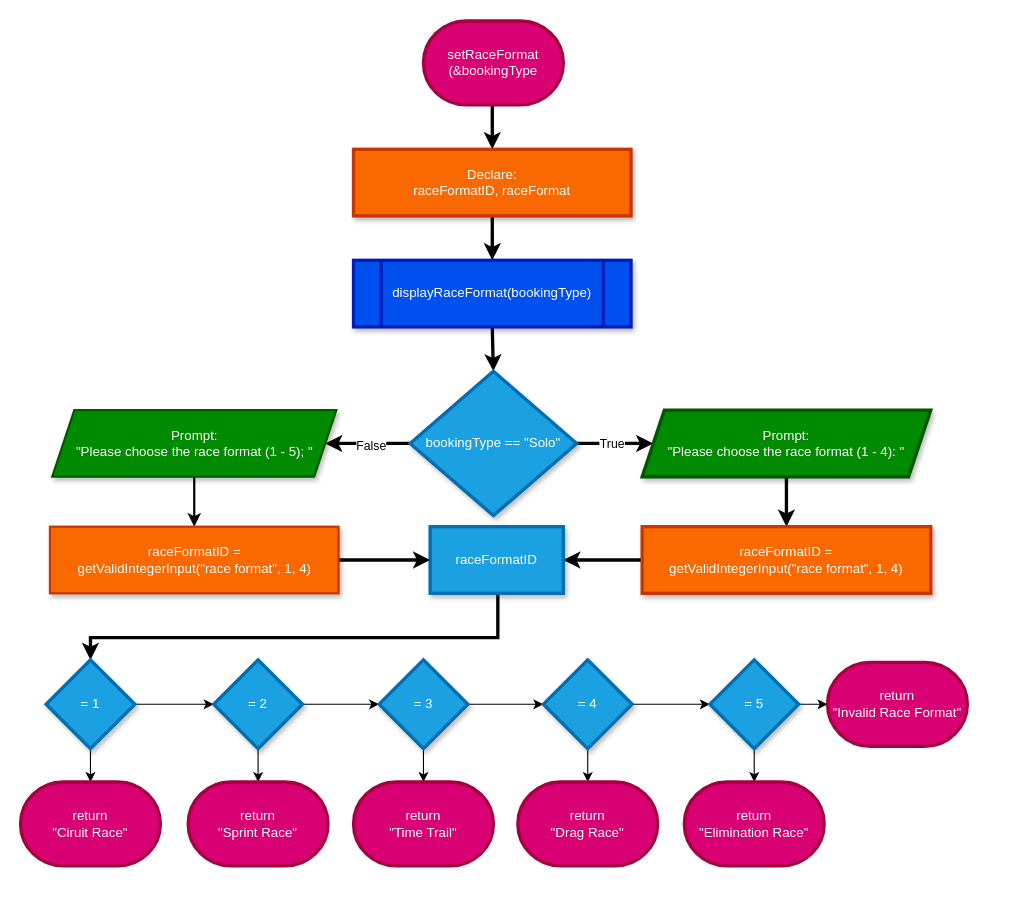
Before: Flowcharts (draw.io)/12. setRaceFormat.drawio in shahxvi/csc126-group-project, a draw.io diagram. Source tidied: cells renumbered, new cells numbered last; positions are measured from the earlier drawing's top-left corner, leaving out a move shared by most shapes. Both pictures are drawn from the tidied source at 111%, with x=0, y=0 at pixel (20, 20).
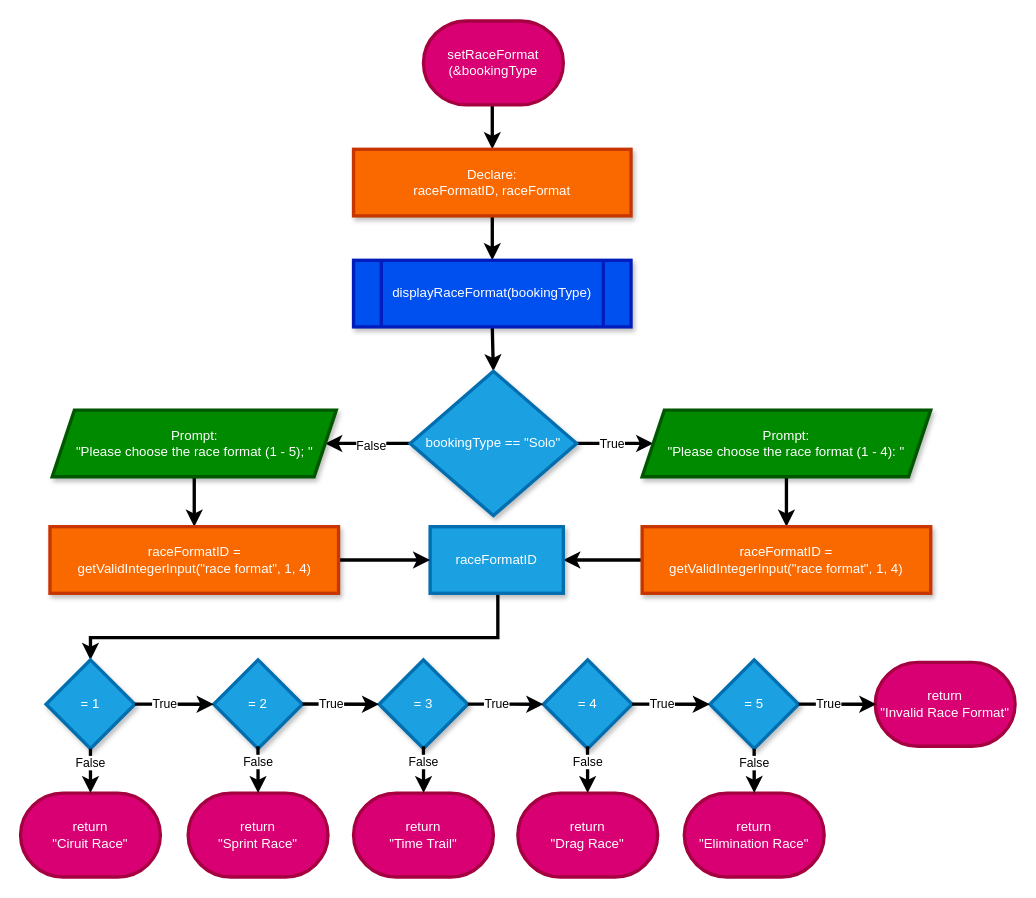
The same page after the edit.

Commit message (it also covers changes not shown here):
Update Final Report, Pseudocode and Flowchart

Unchanged cells that the change refers to:
```xml
<mxCell id="21" value="= 1" style="rhombus;whiteSpace=wrap;html=1;fillColor=#1ba1e2;strokeColor=#006EAF;fontColor=#ffffff;strokeWidth=3;shadow=1;enumerate=0;comic=0;backgroundOutline=0;" parent="1" vertex="1">
  <mxGeometry x="23" y="576" width="80" height="80" as="geometry" />
</mxCell>
<mxCell id="24" value="= 2" style="rhombus;whiteSpace=wrap;html=1;fillColor=#1ba1e2;strokeColor=#006EAF;fontColor=#ffffff;strokeWidth=3;shadow=1;enumerate=0;comic=0;backgroundOutline=0;" parent="1" vertex="1">
  <mxGeometry x="174" y="576" width="80" height="80" as="geometry" />
</mxCell>
<mxCell id="27" value="= 3" style="rhombus;whiteSpace=wrap;html=1;fillColor=#1ba1e2;strokeColor=#006EAF;fontColor=#ffffff;strokeWidth=3;shadow=1;enumerate=0;comic=0;backgroundOutline=0;" parent="1" vertex="1">
  <mxGeometry x="323" y="576" width="80" height="80" as="geometry" />
</mxCell>
<mxCell id="30" value="= 4" style="rhombus;whiteSpace=wrap;html=1;fillColor=#1ba1e2;strokeColor=#006EAF;fontColor=#ffffff;strokeWidth=3;shadow=1;enumerate=0;comic=0;backgroundOutline=0;" parent="1" vertex="1">
  <mxGeometry x="471" y="576" width="80" height="80" as="geometry" />
</mxCell>
<mxCell id="33" value="= 5" style="rhombus;whiteSpace=wrap;html=1;fillColor=#1ba1e2;strokeColor=#006EAF;fontColor=#ffffff;strokeWidth=3;shadow=1;enumerate=0;comic=0;backgroundOutline=0;" parent="1" vertex="1">
  <mxGeometry x="621" y="576" width="80" height="80" as="geometry" />
</mxCell>
```

Diff of the diagram source:
```diff
@@
-    <mxCell id="15" style="edgeStyle=orthogonalEdgeStyle;rounded=0;jettySize=auto;html=1;enumerate=0;comic=0;backgroundOutline=0;strokeWidth=2;" parent="1" edge="1" source="16" target="36">
+    <mxCell id="15" style="edgeStyle=orthogonalEdgeStyle;rounded=0;jettySize=auto;html=1;enumerate=0;comic=0;backgroundOutline=0;strokeWidth=3;" parent="1" edge="1" source="16" target="36">
       <mxGeometry relative="1" as="geometry" />
     </mxCell>
-    <mxCell id="16" value="&lt;font style=&quot;color: rgb(255, 255, 255);&quot;&gt;Prompt:&lt;/font&gt;&lt;div&gt;&lt;font style=&quot;color: rgb(255, 255, 255);&quot;&gt;&quot;Please choose the race format (1 - 5); &quot;&lt;/font&gt;&lt;/div&gt;" style="shape=parallelogram;perimeter=parallelogramPerimeter;whiteSpace=wrap;html=1;fixedSize=1;fillColor=#008a00;strokeColor=#005700;fontColor=#ffffff;strokeWidth=2;shadow=1;enumerate=0;comic=0;backgroundOutline=0;" parent="1" vertex="1">
+    <mxCell id="16" value="&lt;font style=&quot;color: rgb(255, 255, 255);&quot;&gt;Prompt:&lt;/font&gt;&lt;div&gt;&lt;font style=&quot;color: rgb(255, 255, 255);&quot;&gt;&quot;Please choose the race format (1 - 5); &quot;&lt;/font&gt;&lt;/div&gt;" style="shape=parallelogram;perimeter=parallelogramPerimeter;whiteSpace=wrap;html=1;fixedSize=1;fillColor=#008a00;strokeColor=#005700;fontColor=#ffffff;strokeWidth=3;shadow=1;enumerate=0;comic=0;backgroundOutline=0;" parent="1" vertex="1">
       <mxGeometry x="28.5" y="351" width="256" height="60" as="geometry" />
     </mxCell>
@@
-    <mxCell id="19" style="edgeStyle=orthogonalEdgeStyle;rounded=0;jettySize=auto;html=1;" parent="1" edge="1" source="21" target="39">
-      <mxGeometry relative="1" as="geometry" />
-    </mxCell>
-    <mxCell id="20" style="edgeStyle=orthogonalEdgeStyle;rounded=0;jettySize=auto;html=1;" parent="1" edge="1" source="21" target="24">
-      <mxGeometry relative="1" as="geometry" />
-    </mxCell>
@@
-    <mxCell id="22" style="edgeStyle=orthogonalEdgeStyle;rounded=0;jettySize=auto;html=1;" parent="1" edge="1" source="24" target="40">
-      <mxGeometry relative="1" as="geometry" />
-    </mxCell>
-    <mxCell id="23" style="edgeStyle=orthogonalEdgeStyle;rounded=0;jettySize=auto;html=1;" parent="1" edge="1" source="24" target="27">
-      <mxGeometry relative="1" as="geometry" />
-    </mxCell>
@@
-    <mxCell id="25" style="edgeStyle=orthogonalEdgeStyle;rounded=0;jettySize=auto;html=1;" parent="1" edge="1" source="27" target="41">
-      <mxGeometry relative="1" as="geometry" />
-    </mxCell>
-    <mxCell id="26" style="edgeStyle=orthogonalEdgeStyle;rounded=0;jettySize=auto;html=1;" parent="1" edge="1" source="27" target="30">
-      <mxGeometry relative="1" as="geometry" />
-    </mxCell>
@@
-    <mxCell id="28" style="edgeStyle=orthogonalEdgeStyle;rounded=0;jettySize=auto;html=1;" parent="1" edge="1" source="30" target="42">
-      <mxGeometry relative="1" as="geometry" />
-    </mxCell>
-    <mxCell id="29" style="edgeStyle=orthogonalEdgeStyle;rounded=0;jettySize=auto;html=1;" parent="1" edge="1" source="30" target="33">
-      <mxGeometry relative="1" as="geometry" />
-    </mxCell>
@@
-    <mxCell id="31" style="edgeStyle=orthogonalEdgeStyle;rounded=0;jettySize=auto;html=1;" parent="1" edge="1" source="33" target="43">
-      <mxGeometry relative="1" as="geometry" />
-    </mxCell>
-    <mxCell id="32" style="edgeStyle=orthogonalEdgeStyle;rounded=0;jettySize=auto;html=1;" parent="1" edge="1" source="33" target="38">
-      <mxGeometry relative="1" as="geometry" />
-    </mxCell>
@@
-    <mxCell id="36" value="raceFormatID =&lt;br&gt;getValidIntegerInput(&quot;race format&quot;, 1, 4)" style="whiteSpace=wrap;html=1;strokeWidth=2;fillColor=#fa6800;fontColor=#FFFFFF;strokeColor=#C73500;shadow=1;enumerate=0;comic=0;backgroundOutline=0;" parent="1" vertex="1">
+    <mxCell id="36" value="raceFormatID =&lt;br&gt;getValidIntegerInput(&quot;race format&quot;, 1, 4)" style="whiteSpace=wrap;html=1;strokeWidth=3;fillColor=#fa6800;fontColor=#FFFFFF;strokeColor=#C73500;shadow=1;enumerate=0;comic=0;backgroundOutline=0;" parent="1" vertex="1">
       <mxGeometry x="26.5" y="456" width="260" height="60" as="geometry" />
     </mxCell>
@@
     <mxCell id="38" value="return&lt;br&gt;&quot;Invalid Race Format&quot;" style="strokeWidth=3;html=1;shape=mxgraph.flowchart.terminator;whiteSpace=wrap;fillColor=#d80073;fontColor=#ffffff;strokeColor=#A50040;" parent="1" vertex="1">
-      <mxGeometry x="727" y="578.2" width="126" height="75.6" as="geometry" />
+      <mxGeometry x="770" y="578.2" width="126" height="75.6" as="geometry" />
     </mxCell>
     <mxCell id="39" value="return&lt;br&gt;&quot;Ciruit Race&quot;" style="strokeWidth=3;html=1;shape=mxgraph.flowchart.terminator;whiteSpace=wrap;fillColor=#d80073;fontColor=#ffffff;strokeColor=#A50040;" parent="1" vertex="1">
-      <mxGeometry y="686" width="126" height="75.6" as="geometry" />
+      <mxGeometry y="696" width="126" height="75.6" as="geometry" />
     </mxCell>
     <mxCell id="40" value="return&lt;br&gt;&quot;Sprint Race&quot;" style="strokeWidth=3;html=1;shape=mxgraph.flowchart.terminator;whiteSpace=wrap;fillColor=#d80073;fontColor=#ffffff;strokeColor=#A50040;" parent="1" vertex="1">
-      <mxGeometry x="151" y="686" width="126" height="75.6" as="geometry" />
+      <mxGeometry x="151" y="696" width="126" height="75.6" as="geometry" />
     </mxCell>
     <mxCell id="41" value="return&lt;br&gt;&quot;Time Trail&quot;" style="strokeWidth=3;html=1;shape=mxgraph.flowchart.terminator;whiteSpace=wrap;fillColor=#d80073;fontColor=#ffffff;strokeColor=#A50040;" parent="1" vertex="1">
-      <mxGeometry x="300" y="686" width="126" height="75.6" as="geometry" />
+      <mxGeometry x="300" y="696" width="126" height="75.6" as="geometry" />
     </mxCell>
     <mxCell id="42" value="return&lt;br&gt;&quot;Drag Race&quot;" style="strokeWidth=3;html=1;shape=mxgraph.flowchart.terminator;whiteSpace=wrap;fillColor=#d80073;fontColor=#ffffff;strokeColor=#A50040;" parent="1" vertex="1">
-      <mxGeometry x="448" y="686" width="126" height="75.6" as="geometry" />
+      <mxGeometry x="448" y="696" width="126" height="75.6" as="geometry" />
     </mxCell>
     <mxCell id="43" value="return&lt;br&gt;&quot;Elimination Race&quot;" style="strokeWidth=3;html=1;shape=mxgraph.flowchart.terminator;whiteSpace=wrap;fillColor=#d80073;fontColor=#ffffff;strokeColor=#A50040;" parent="1" vertex="1">
-      <mxGeometry x="598" y="686" width="126" height="75.6" as="geometry" />
+      <mxGeometry x="598" y="696" width="126" height="75.6" as="geometry" />
     </mxCell>
+    <mxCell id="44" value="True" style="edgeStyle=none;jettySize=auto;html=1;strokeWidth=3;entryX=0;entryY=0.5;entryDx=0;entryDy=0;" parent="1" edge="1" target="24">
+      <mxGeometry x="-0.24" relative="1" as="geometry">
+        <mxPoint x="103" y="615.8" as="sourcePoint" />
+      </mxGeometry>
+    </mxCell>
+    <mxCell id="19" value="False" style="edgeStyle=none;jettySize=auto;html=1;strokeWidth=3;entryX=0.5;entryY=0;entryDx=0;entryDy=0;exitX=0.5;exitY=1;exitDx=0;exitDy=0;entryPerimeter=0;" parent="1" edge="1" source="21" target="39">
+      <mxGeometry x="-0.33" relative="1" as="geometry" />
+    </mxCell>
+    <mxCell id="45" value="True" style="edgeStyle=none;jettySize=auto;html=1;strokeWidth=3;entryX=0;entryY=0.5;entryDx=0;entryDy=0;" parent="1" edge="1" target="27">
+      <mxGeometry x="-0.24" relative="1" as="geometry">
+        <mxPoint x="254" y="615.7" as="sourcePoint" />
+      </mxGeometry>
+    </mxCell>
+    <mxCell id="46" value="True" style="edgeStyle=none;jettySize=auto;html=1;strokeWidth=3;entryX=0;entryY=0.5;entryDx=0;entryDy=0;" parent="1" edge="1" target="30">
+      <mxGeometry x="-0.24" relative="1" as="geometry">
+        <mxPoint x="403" y="615.8" as="sourcePoint" />
+      </mxGeometry>
+    </mxCell>
+    <mxCell id="47" value="True" style="edgeStyle=none;jettySize=auto;html=1;strokeWidth=3;entryX=0;entryY=0.5;entryDx=0;entryDy=0;" parent="1" edge="1" target="33">
+      <mxGeometry x="-0.24" relative="1" as="geometry">
+        <mxPoint x="551" y="615.8" as="sourcePoint" />
+      </mxGeometry>
+    </mxCell>
+    <mxCell id="48" value="True" style="edgeStyle=none;orthogonalLoop=1;jettySize=auto;html=1;strokeWidth=3;entryX=0;entryY=0.5;entryDx=0;entryDy=0;" parent="1" edge="1">
+      <mxGeometry x="-0.24" relative="1" as="geometry">
+        <mxPoint x="701" y="615.8" as="sourcePoint" />
+        <mxPoint x="771" y="616" as="targetPoint" />
+      </mxGeometry>
+    </mxCell>
+    <mxCell id="49" value="False" style="edgeStyle=none;jettySize=auto;html=1;strokeWidth=3;entryX=0.5;entryY=0;entryDx=0;entryDy=0;exitX=0.5;exitY=1;exitDx=0;exitDy=0;entryPerimeter=0;" parent="1" edge="1" target="40">
+      <mxGeometry x="-0.33" relative="1" as="geometry">
+        <mxPoint x="213.9" y="653.8" as="sourcePoint" />
+      </mxGeometry>
+    </mxCell>
+    <mxCell id="50" value="False" style="edgeStyle=none;orthogonalLoop=1;jettySize=auto;html=1;strokeWidth=3;entryX=0.5;entryY=0;entryDx=0;entryDy=0;exitX=0.5;exitY=1;exitDx=0;exitDy=0;entryPerimeter=0;" parent="1" edge="1">
+      <mxGeometry x="-0.33" relative="1" as="geometry">
+        <mxPoint x="363" y="653.8" as="sourcePoint" />
+        <mxPoint x="363.1" y="696" as="targetPoint" />
+      </mxGeometry>
+    </mxCell>
+    <mxCell id="51" value="False" style="edgeStyle=none;orthogonalLoop=1;jettySize=auto;html=1;strokeWidth=3;entryX=0.5;entryY=0;entryDx=0;entryDy=0;exitX=0.5;exitY=1;exitDx=0;exitDy=0;entryPerimeter=0;" parent="1" edge="1">
+      <mxGeometry x="-0.33" relative="1" as="geometry">
+        <mxPoint x="510.8" y="653.8" as="sourcePoint" />
+        <mxPoint x="510.9" y="696" as="targetPoint" />
+      </mxGeometry>
+    </mxCell>
+    <mxCell id="52" value="False" style="edgeStyle=none;jettySize=auto;html=1;strokeWidth=3;exitX=0.5;exitY=1;exitDx=0;exitDy=0;entryX=0.5;entryY=0;entryDx=0;entryDy=0;entryPerimeter=0;" parent="1" edge="1" target="43">
+      <mxGeometry x="-0.33" relative="1" as="geometry">
+        <mxPoint x="660.9" y="656" as="sourcePoint" />
+      </mxGeometry>
+    </mxCell>
```
